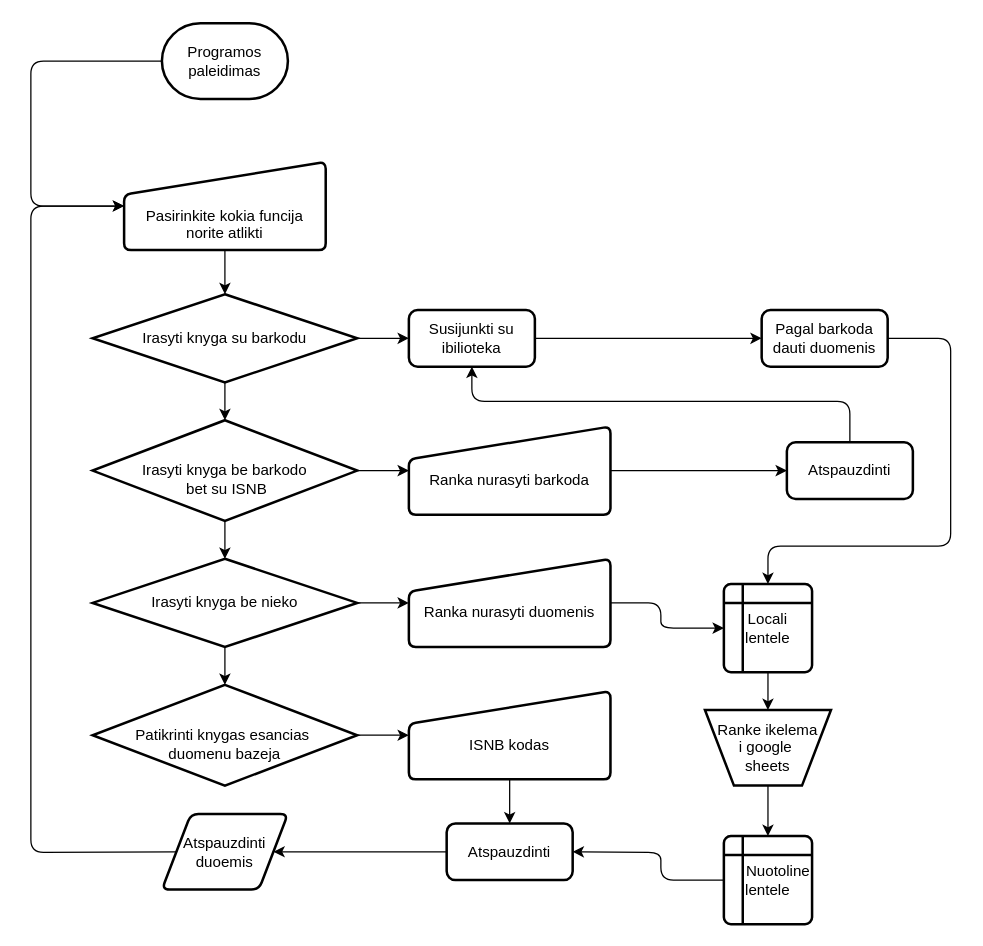
JustPause/KVM-bibliotekos-sistema keeps this draw.io diagram as src/etc/Use Case Diagram.drawio. Above is the earlier version. Source tidied: cells renumbered, new cells numbered last; positions are measured from the earlier drawing's top-left corner, leaving out a move shared by most shapes. Both pictures are drawn from the tidied source at 126%, with x=0, y=0 at pixel (30, 23).
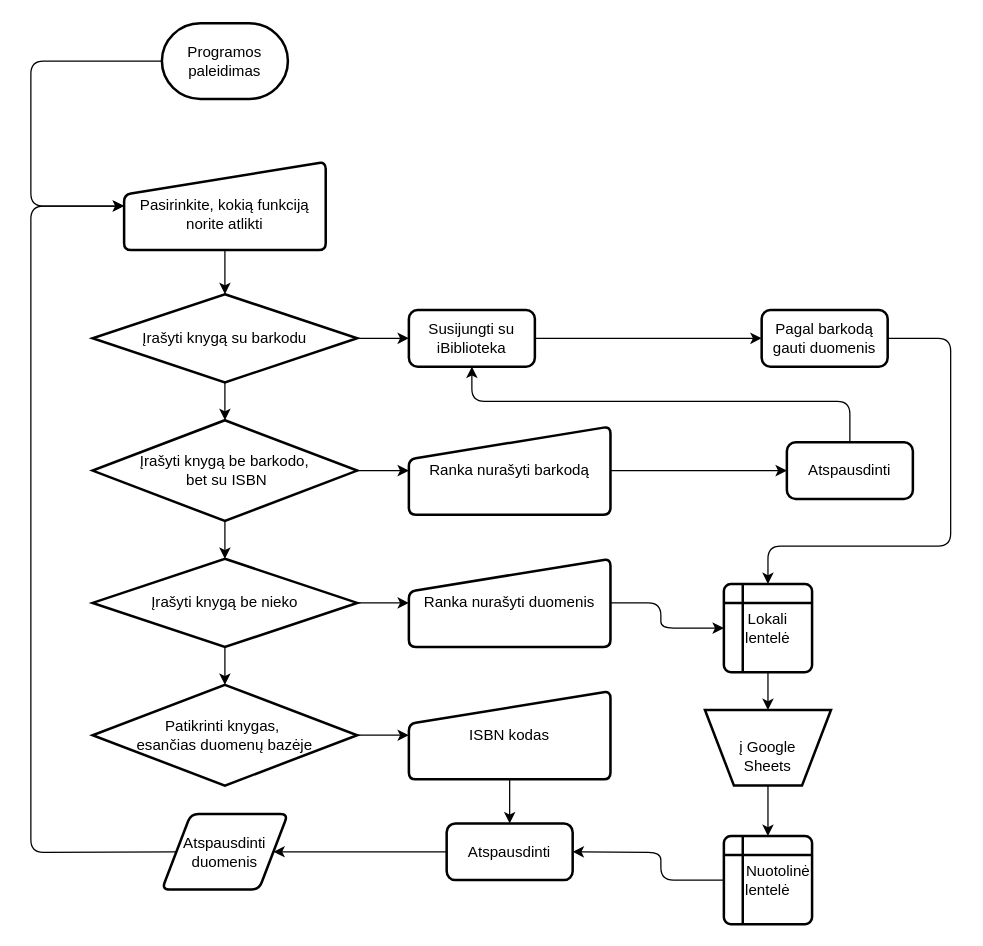
The same page after the edit.

Change to the diagram source:
```diff
@@
-    <mxCell id="4" value="&lt;div&gt;&lt;br&gt;&lt;/div&gt;&lt;div&gt;&lt;br&gt;&lt;/div&gt;&lt;font&gt;Pasirinkite kokia funcija norite atlikti&lt;/font&gt;" style="html=1;strokeWidth=2;shape=manualInput;whiteSpace=wrap;rounded=1;size=26;arcSize=11;fillColor=none;strokeColor=default;labelBackgroundColor=none;fontColor=light-dark(#000000,#000000);" parent="1" vertex="1">
+    <mxCell id="4" value="&lt;div&gt;&lt;span&gt;&lt;font style=&quot;color: rgb(0, 0, 0);&quot;&gt;&lt;br&gt;&lt;/font&gt;&lt;/span&gt;&lt;/div&gt;&lt;span&gt;&lt;font style=&quot;color: rgb(0, 0, 0);&quot;&gt;Pasirinkite, kokią funkciją norite atlikti&lt;/font&gt;&lt;/span&gt;" style="html=1;strokeWidth=2;shape=manualInput;whiteSpace=wrap;rounded=1;size=26;arcSize=11;fillColor=none;strokeColor=default;labelBackgroundColor=none;fontColor=light-dark(#000000,#000000);" parent="1" vertex="1">
       <mxGeometry x="74" y="110" width="160" height="70" as="geometry" />
     </mxCell>
@@
-    <mxCell id="6" value="&lt;font&gt;Irasyti knyga su barkodu&lt;/font&gt;" style="strokeWidth=2;html=1;shape=mxgraph.flowchart.decision;whiteSpace=wrap;fillColor=none;shadow=0;strokeColor=default;labelBackgroundColor=none;fontColor=light-dark(#000000,#000000);" parent="1" vertex="1">
+    <mxCell id="6" value="&lt;span&gt;&lt;font style=&quot;color: rgb(0, 0, 0);&quot;&gt;Įrašyti knygą su barkodu&lt;/font&gt;&lt;/span&gt;" style="strokeWidth=2;html=1;shape=mxgraph.flowchart.decision;whiteSpace=wrap;fillColor=none;shadow=0;strokeColor=default;labelBackgroundColor=none;fontColor=light-dark(#000000,#000000);" parent="1" vertex="1">
       <mxGeometry x="49" y="215" width="210" height="70" as="geometry" />
     </mxCell>
@@
-    <mxCell id="9" value="&lt;div&gt;&lt;font&gt;&lt;br&gt;&lt;/font&gt;&lt;/div&gt;&lt;font&gt;Irasyti knyga be barkodo&lt;/font&gt;&lt;div&gt;&lt;font&gt;&amp;nbsp;bet su ISNB&lt;/font&gt;&lt;/div&gt;" style="strokeWidth=2;html=1;shape=mxgraph.flowchart.decision;whiteSpace=wrap;fillColor=none;strokeColor=default;labelBackgroundColor=none;fontColor=light-dark(#000000,#000000);" parent="1" vertex="1">
+    <mxCell id="9" value="&lt;span&gt;&lt;font style=&quot;color: rgb(0, 0, 0);&quot;&gt;Įrašyti knygą be barkodo,&lt;/font&gt;&lt;/span&gt;&lt;div&gt;&lt;span&gt;&lt;font style=&quot;color: rgb(0, 0, 0);&quot;&gt;&amp;nbsp;bet su ISBN&lt;/font&gt;&lt;/span&gt;&lt;/div&gt;" style="strokeWidth=2;html=1;shape=mxgraph.flowchart.decision;whiteSpace=wrap;fillColor=none;strokeColor=default;labelBackgroundColor=none;fontColor=light-dark(#000000,#000000);" parent="1" vertex="1">
       <mxGeometry x="49" y="315" width="210" height="80" as="geometry" />
     </mxCell>
@@
-    <mxCell id="11" value="&lt;font&gt;Irasyti knyga be nieko&lt;/font&gt;" style="strokeWidth=2;html=1;shape=mxgraph.flowchart.decision;whiteSpace=wrap;fillColor=none;strokeColor=default;labelBackgroundColor=none;fontColor=light-dark(#000000,#000000);" parent="1" vertex="1">
+    <mxCell id="11" value="&lt;span&gt;&lt;font style=&quot;color: rgb(0, 0, 0);&quot;&gt;Įrašyti knygą be nieko&lt;/font&gt;&lt;/span&gt;" style="strokeWidth=2;html=1;shape=mxgraph.flowchart.decision;whiteSpace=wrap;fillColor=none;strokeColor=default;labelBackgroundColor=none;fontColor=light-dark(#000000,#000000);" parent="1" vertex="1">
       <mxGeometry x="49" y="425" width="210" height="70" as="geometry" />
     </mxCell>
@@
-    <mxCell id="13" value="&lt;div&gt;&lt;font&gt;&lt;br&gt;&lt;/font&gt;&lt;/div&gt;&lt;font&gt;Patikrinti knygas esancias&amp;nbsp;&lt;/font&gt;&lt;div&gt;&lt;font&gt;duomenu bazeja&lt;/font&gt;&lt;/div&gt;" style="strokeWidth=2;html=1;shape=mxgraph.flowchart.decision;whiteSpace=wrap;fillColor=none;strokeColor=default;labelBackgroundColor=none;fontColor=light-dark(#000000,#000000);" parent="1" vertex="1">
+    <mxCell id="13" value="&lt;span&gt;&lt;font style=&quot;color: rgb(0, 0, 0);&quot;&gt;Patikrinti knygas,&amp;nbsp;&lt;/font&gt;&lt;/span&gt;&lt;div&gt;&lt;span&gt;&lt;font style=&quot;color: rgb(0, 0, 0);&quot;&gt;esančias duomenų bazėje&lt;/font&gt;&lt;/span&gt;&lt;/div&gt;" style="strokeWidth=2;html=1;shape=mxgraph.flowchart.decision;whiteSpace=wrap;fillColor=none;strokeColor=default;labelBackgroundColor=none;fontColor=light-dark(#000000,#000000);" parent="1" vertex="1">
       <mxGeometry x="49" y="525" width="210" height="80" as="geometry" />
     </mxCell>
@@
-    <mxCell id="17" value="&lt;font&gt;Susijunkti su ibilioteka&lt;/font&gt;" style="rounded=1;whiteSpace=wrap;html=1;absoluteArcSize=1;arcSize=14;strokeWidth=2;strokeColor=default;labelBackgroundColor=none;fontColor=light-dark(#000000,#000000);fillColor=none;" parent="1" vertex="1">
+    <mxCell id="17" value="&lt;span&gt;&lt;font style=&quot;color: rgb(0, 0, 0);&quot;&gt;Susijungti su iBiblioteka&lt;/font&gt;&lt;/span&gt;" style="rounded=1;whiteSpace=wrap;html=1;absoluteArcSize=1;arcSize=14;strokeWidth=2;strokeColor=default;labelBackgroundColor=none;fontColor=light-dark(#000000,#000000);fillColor=none;" parent="1" vertex="1">
       <mxGeometry x="300" y="227.5" width="100" height="45" as="geometry" />
     </mxCell>
@@
-    <mxCell id="19" value="&lt;div&gt;&lt;span style=&quot;&quot;&gt;&lt;font&gt;&lt;br&gt;&lt;/font&gt;&lt;/span&gt;&lt;/div&gt;&lt;div&gt;&lt;span style=&quot;&quot;&gt;&lt;font&gt;Ranka nurasyti barkoda&lt;/font&gt;&lt;/span&gt;&lt;/div&gt;" style="html=1;strokeWidth=2;shape=manualInput;whiteSpace=wrap;rounded=1;size=26;arcSize=11;fillColor=none;strokeColor=default;labelBackgroundColor=none;fontColor=light-dark(#000000,#000000);" parent="1" vertex="1">
+    <mxCell id="19" value="&lt;span&gt;&lt;font style=&quot;color: rgb(0, 0, 0);&quot;&gt;Ranka nurašyti barkodą&lt;/font&gt;&lt;/span&gt;" style="html=1;strokeWidth=2;shape=manualInput;whiteSpace=wrap;rounded=1;size=26;arcSize=11;fillColor=none;strokeColor=default;labelBackgroundColor=none;fontColor=light-dark(#000000,#000000);" parent="1" vertex="1">
       <mxGeometry x="300" y="320" width="160" height="70" as="geometry" />
     </mxCell>
@@
-    <mxCell id="21" value="&lt;font&gt;Atspauzdinti&lt;/font&gt;" style="rounded=1;whiteSpace=wrap;html=1;absoluteArcSize=1;arcSize=14;strokeWidth=2;strokeColor=default;labelBackgroundColor=none;fontColor=light-dark(#000000,#000000);fillColor=none;" parent="1" vertex="1">
+    <mxCell id="21" value="&lt;span&gt;&lt;font style=&quot;color: rgb(0, 0, 0);&quot;&gt;Atspausdinti&lt;/font&gt;&lt;/span&gt;" style="rounded=1;whiteSpace=wrap;html=1;absoluteArcSize=1;arcSize=14;strokeWidth=2;strokeColor=default;labelBackgroundColor=none;fontColor=light-dark(#000000,#000000);fillColor=none;" parent="1" vertex="1">
       <mxGeometry x="600" y="332.5" width="100" height="45" as="geometry" />
     </mxCell>
@@
-    <mxCell id="24" value="&lt;div&gt;&lt;span style=&quot;&quot;&gt;&lt;font&gt;&lt;br&gt;&lt;/font&gt;&lt;/span&gt;&lt;/div&gt;&lt;div&gt;&lt;span style=&quot;&quot;&gt;&lt;font&gt;Ranka nurasyti duomenis&lt;/font&gt;&lt;/span&gt;&lt;/div&gt;" style="html=1;strokeWidth=2;shape=manualInput;whiteSpace=wrap;rounded=1;size=26;arcSize=11;fillColor=none;strokeColor=default;labelBackgroundColor=none;fontColor=light-dark(#000000,#000000);" parent="1" vertex="1">
+    <mxCell id="24" value="&lt;span&gt;&lt;font style=&quot;color: rgb(0, 0, 0);&quot;&gt;Ranka nurašyti duomenis&lt;/font&gt;&lt;/span&gt;" style="html=1;strokeWidth=2;shape=manualInput;whiteSpace=wrap;rounded=1;size=26;arcSize=11;fillColor=none;strokeColor=default;labelBackgroundColor=none;fontColor=light-dark(#000000,#000000);" parent="1" vertex="1">
       <mxGeometry x="300" y="425" width="160" height="70" as="geometry" />
     </mxCell>
@@
-    <mxCell id="26" value="&lt;font&gt;Pagal barkoda dauti duomenis&lt;/font&gt;" style="rounded=1;whiteSpace=wrap;html=1;absoluteArcSize=1;arcSize=14;strokeWidth=2;strokeColor=default;labelBackgroundColor=none;fontColor=light-dark(#000000,#000000);fillColor=none;" parent="1" vertex="1">
+    <mxCell id="26" value="&lt;span&gt;&lt;font style=&quot;color: rgb(0, 0, 0);&quot;&gt;Pagal barkodą gauti duomenis&lt;/font&gt;&lt;/span&gt;" style="rounded=1;whiteSpace=wrap;html=1;absoluteArcSize=1;arcSize=14;strokeWidth=2;strokeColor=default;labelBackgroundColor=none;fontColor=light-dark(#000000,#000000);fillColor=none;" parent="1" vertex="1">
       <mxGeometry x="580" y="227.5" width="100" height="45" as="geometry" />
     </mxCell>
@@
-    <mxCell id="28" value="&lt;font&gt;Locali lentele&lt;/font&gt;" style="shape=internalStorage;whiteSpace=wrap;html=1;dx=15;dy=15;rounded=1;arcSize=8;strokeWidth=2;labelBackgroundColor=none;fontColor=light-dark(#000000,#000000);fillColor=none;strokeColor=default;" parent="1" vertex="1">
+    <mxCell id="28" value="&lt;span&gt;&lt;font style=&quot;color: rgb(0, 0, 0);&quot;&gt;Lokali lentelė&lt;/font&gt;&lt;/span&gt;" style="shape=internalStorage;whiteSpace=wrap;html=1;dx=15;dy=15;rounded=1;arcSize=8;strokeWidth=2;labelBackgroundColor=none;fontColor=light-dark(#000000,#000000);fillColor=none;strokeColor=default;" parent="1" vertex="1">
       <mxGeometry x="550" y="445" width="70" height="70" as="geometry" />
     </mxCell>
@@
-    <mxCell id="30" value="&lt;div&gt;&lt;span style=&quot;&quot;&gt;&lt;font&gt;&lt;br&gt;&lt;/font&gt;&lt;/span&gt;&lt;/div&gt;&lt;div&gt;&lt;span style=&quot;&quot;&gt;&lt;font&gt;ISNB kodas&lt;/font&gt;&lt;/span&gt;&lt;/div&gt;" style="html=1;strokeWidth=2;shape=manualInput;whiteSpace=wrap;rounded=1;size=26;arcSize=11;fillColor=none;strokeColor=default;labelBackgroundColor=none;fontColor=light-dark(#000000,#000000);" parent="1" vertex="1">
+    <mxCell id="30" value="&lt;span&gt;&lt;font style=&quot;color: rgb(0, 0, 0);&quot;&gt;ISBN kodas&lt;/font&gt;&lt;/span&gt;" style="html=1;strokeWidth=2;shape=manualInput;whiteSpace=wrap;rounded=1;size=26;arcSize=11;fillColor=none;strokeColor=default;labelBackgroundColor=none;fontColor=light-dark(#000000,#000000);" parent="1" vertex="1">
       <mxGeometry x="300" y="530" width="160" height="70" as="geometry" />
     </mxCell>
@@
-    <mxCell id="32" value="&lt;font&gt;Atspauzdinti&lt;/font&gt;" style="rounded=1;whiteSpace=wrap;html=1;absoluteArcSize=1;arcSize=14;strokeWidth=2;strokeColor=default;labelBackgroundColor=none;fontColor=light-dark(#000000,#000000);fillColor=none;" parent="1" vertex="1">
+    <mxCell id="32" value="&lt;span&gt;&lt;font style=&quot;color: rgb(0, 0, 0);&quot;&gt;Atspausdinti&lt;/font&gt;&lt;/span&gt;" style="rounded=1;whiteSpace=wrap;html=1;absoluteArcSize=1;arcSize=14;strokeWidth=2;strokeColor=default;labelBackgroundColor=none;fontColor=light-dark(#000000,#000000);fillColor=none;" parent="1" vertex="1">
       <mxGeometry x="330" y="635" width="100" height="45" as="geometry" />
     </mxCell>
@@
-    <mxCell id="34" value="&lt;font&gt;&amp;nbsp; &amp;nbsp; &amp;nbsp;Nuotoline lentele&lt;/font&gt;" style="shape=internalStorage;whiteSpace=wrap;html=1;dx=15;dy=15;rounded=1;arcSize=8;strokeWidth=2;labelBackgroundColor=none;fontColor=light-dark(#000000,#000000);fillColor=none;strokeColor=default;" parent="1" vertex="1">
+    <mxCell id="34" value="&lt;span&gt;&lt;font style=&quot;color: rgb(0, 0, 0);&quot;&gt;&amp;nbsp; &amp;nbsp; &amp;nbsp;Nuotolinė lentelė&lt;/font&gt;&lt;/span&gt;" style="shape=internalStorage;whiteSpace=wrap;html=1;dx=15;dy=15;rounded=1;arcSize=8;strokeWidth=2;labelBackgroundColor=none;fontColor=light-dark(#000000,#000000);fillColor=none;strokeColor=default;" parent="1" vertex="1">
       <mxGeometry x="550" y="645" width="70" height="70" as="geometry" />
     </mxCell>
@@
-    <mxCell id="36" value="&lt;font&gt;Atspauzdinti duoemis&lt;/font&gt;" style="shape=parallelogram;html=1;strokeWidth=2;perimeter=parallelogramPerimeter;whiteSpace=wrap;rounded=1;arcSize=12;size=0.23;labelBackgroundColor=none;fontColor=light-dark(#000000,#000000);fillColor=none;strokeColor=default;" parent="1" vertex="1">
+    <mxCell id="36" value="&lt;span&gt;&lt;font style=&quot;color: rgb(0, 0, 0);&quot;&gt;Atspausdinti duomenis&lt;/font&gt;&lt;/span&gt;" style="shape=parallelogram;html=1;strokeWidth=2;perimeter=parallelogramPerimeter;whiteSpace=wrap;rounded=1;arcSize=12;size=0.23;labelBackgroundColor=none;fontColor=light-dark(#000000,#000000);fillColor=none;strokeColor=default;" parent="1" vertex="1">
       <mxGeometry x="104" y="627.5" width="100" height="60" as="geometry" />
     </mxCell>
@@
-    <mxCell id="38" value="&lt;font&gt;Ranke ikelema&lt;/font&gt;&lt;div&gt;&lt;font&gt;i google&amp;nbsp;&lt;/font&gt;&lt;div&gt;&lt;font&gt;sheets&lt;/font&gt;&lt;/div&gt;&lt;/div&gt;" style="verticalLabelPosition=middle;verticalAlign=middle;html=1;shape=trapezoid;perimeter=trapezoidPerimeter;whiteSpace=wrap;size=0.23;arcSize=10;flipV=1;labelPosition=center;align=center;labelBackgroundColor=none;fontColor=light-dark(#000000,#000000);fillColor=none;strokeColor=default;strokeWidth=2;" parent="1" vertex="1">
+    <mxCell id="38" value="&lt;br&gt;&lt;font style=&quot;color: rgb(0, 0, 0);&quot;&gt;į Google&lt;/font&gt;&lt;div&gt;&lt;font style=&quot;color: rgb(0, 0, 0);&quot;&gt;Sheets&lt;/font&gt;&lt;/div&gt;" style="verticalLabelPosition=middle;verticalAlign=middle;html=1;shape=trapezoid;perimeter=trapezoidPerimeter;whiteSpace=wrap;size=0.23;arcSize=10;flipV=1;labelPosition=center;align=center;labelBackgroundColor=none;fontColor=light-dark(#000000,#000000);fillColor=none;strokeColor=default;strokeWidth=2;" parent="1" vertex="1">
       <mxGeometry x="535" y="545" width="100" height="60" as="geometry" />
     </mxCell>
```
